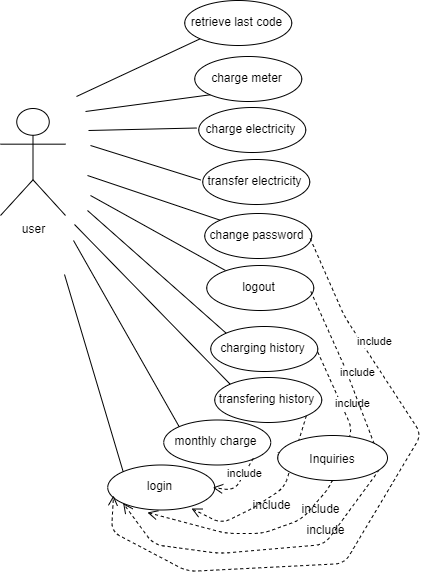
Above: Untitled Diagram (3).png in shamaabuhassan/Charts (draw.io), before the change. Source tidied: cells renumbered, new cells last; positions are measured from the earlier drawing's top-left corner, leaving out a move shared by most shapes.
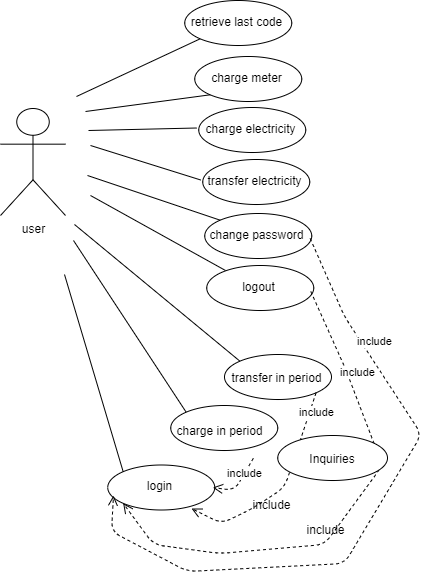
Later version of the same file.

Diff of the diagram source:
```diff
@@ -72,22 +72,11 @@
         <mxPoint x="225" y="270" as="targetPoint" />
       </mxGeometry>
     </mxCell>
-    <mxCell id="21" style="ellipse;whiteSpace=wrap;html=1;" parent="1" vertex="1">
-      <mxGeometry x="210.2" y="326" width="107" height="45" as="geometry" />
-    </mxCell>
-    <mxCell id="22" value="charging history" style="text;html=1;strokeColor=none;fillColor=none;align=center;verticalAlign=middle;whiteSpace=wrap;rounded=0;" parent="1" vertex="1">
-      <mxGeometry x="208.2" y="336.5" width="109" height="20" as="geometry" />
-    </mxCell>
-    <mxCell id="23" style="endArrow=none;html=1;entryX=0;entryY=0;entryDx=0;entryDy=0;" parent="1" edge="1" target="21">
-      <mxGeometry relative="1" as="geometry">
-        <mxPoint x="87" y="210" as="sourcePoint" />
-      </mxGeometry>
-    </mxCell>
     <mxCell id="24" style="ellipse;whiteSpace=wrap;html=1;" parent="1" vertex="1">
-      <mxGeometry x="214.2" y="377" width="107" height="45" as="geometry" />
+      <mxGeometry x="224" y="354" width="107" height="45" as="geometry" />
     </mxCell>
-    <mxCell id="25" value="transfering history" style="text;html=1;strokeColor=none;fillColor=none;align=center;verticalAlign=middle;whiteSpace=wrap;rounded=0;" parent="1" vertex="1">
-      <mxGeometry x="212.2" y="387.5" width="109" height="20" as="geometry" />
+    <mxCell id="25" value="transfer in period" style="text;html=1;strokeColor=none;fillColor=none;align=center;verticalAlign=middle;whiteSpace=wrap;rounded=0;" parent="1" vertex="1">
+      <mxGeometry x="222" y="366.5" width="109" height="20" as="geometry" />
     </mxCell>
     <mxCell id="26" style="endArrow=none;html=1;entryX=0;entryY=0;entryDx=0;entryDy=0;" parent="1" edge="1" target="24">
       <mxGeometry relative="1" as="geometry">
@@ -95,10 +84,10 @@
       </mxGeometry>
     </mxCell>
     <mxCell id="27" style="ellipse;whiteSpace=wrap;html=1;" parent="1" vertex="1">
-      <mxGeometry x="163.2" y="419.5" width="107" height="45" as="geometry" />
+      <mxGeometry x="170.2" y="405" width="107" height="45" as="geometry" />
     </mxCell>
-    <mxCell id="28" value="monthly charge" style="text;html=1;strokeColor=none;fillColor=none;align=center;verticalAlign=middle;whiteSpace=wrap;rounded=0;" parent="1" vertex="1">
-      <mxGeometry x="161.2" y="430" width="109" height="20" as="geometry" />
+    <mxCell id="28" value="charge in period" style="text;html=1;strokeColor=none;fillColor=none;align=center;verticalAlign=middle;whiteSpace=wrap;rounded=0;" parent="1" vertex="1">
+      <mxGeometry x="165" y="420" width="109" height="20" as="geometry" />
     </mxCell>
     <mxCell id="29" style="endArrow=none;html=1;entryX=0;entryY=0;entryDx=0;entryDy=0;" parent="1" edge="1" target="27">
       <mxGeometry relative="1" as="geometry">
@@ -127,7 +116,7 @@
       </mxGeometry>
     </mxCell>
     <mxCell id="34" value="include" style="html=1;verticalAlign=bottom;endArrow=open;dashed=1;endSize=8;exitX=1;exitY=1;exitDx=0;exitDy=0;entryX=0.783;entryY=0.967;entryDx=0;entryDy=0;entryPerimeter=0;" parent="1" edge="1" source="24" target="30">
-      <mxGeometry x="-0.44" y="3" relative="1" as="geometry">
+      <mxGeometry x="-0.74" y="9" relative="1" as="geometry">
         <Array as="points">
           <mxPoint x="284" y="487" />
           <mxPoint x="252" y="508" />
@@ -135,17 +124,6 @@
         </Array>
       </mxGeometry>
     </mxCell>
-    <mxCell id="35" value="include" style="html=1;verticalAlign=bottom;endArrow=open;dashed=1;endSize=8;exitX=1;exitY=0.75;exitDx=0;exitDy=0;entryX=0.371;entryY=1.056;entryDx=0;entryDy=0;entryPerimeter=0;" parent="1" edge="1" source="22" target="30">
-      <mxGeometry x="-0.6" y="7" relative="1" as="geometry">
-        <Array as="points">
-          <mxPoint x="352" y="429" />
-          <mxPoint x="329" y="487" />
-          <mxPoint x="301" y="519" />
-          <mxPoint x="262" y="533" />
-          <mxPoint x="226" y="533" />
-        </Array>
-      </mxGeometry>
-    </mxCell>
     <mxCell id="36" value="include" style="html=1;verticalAlign=bottom;endArrow=open;dashed=1;endSize=8;exitX=1;exitY=0.75;exitDx=0;exitDy=0;entryX=0;entryY=1;entryDx=0;entryDy=0;" parent="1" edge="1" target="30">
       <mxGeometry x="-0.6" y="7" relative="1" as="geometry">
         <mxPoint x="310.3" y="291" as="sourcePoint" />
@@ -176,9 +154,6 @@
     <mxCell id="39" value="include" style="text;html=1;align=center;verticalAlign=middle;" parent="1" vertex="1">
       <mxGeometry x="301.2" y="520" width="48" height="18" as="geometry" />
     </mxCell>
-    <mxCell id="40" value="include" style="text;html=1;align=center;verticalAlign=middle;" parent="1" vertex="1">
-      <mxGeometry x="296" y="499" width="48" height="18" as="geometry" />
-    </mxCell>
     <mxCell id="41" value="include" style="text;html=1;align=center;verticalAlign=middle;" parent="1" vertex="1">
       <mxGeometry x="247.2" y="495" width="48" height="18" as="geometry" />
     </mxCell>
```
